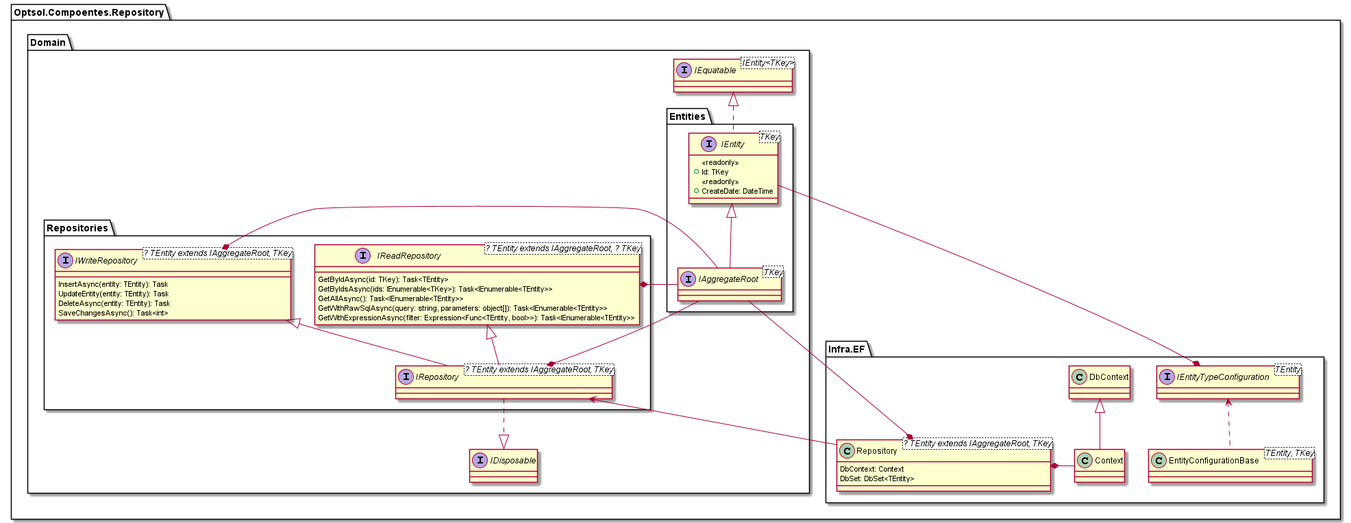
Above: .asserts/repository-pattern.png in optsoldev/components-repository-package (PlantUML), before the change.
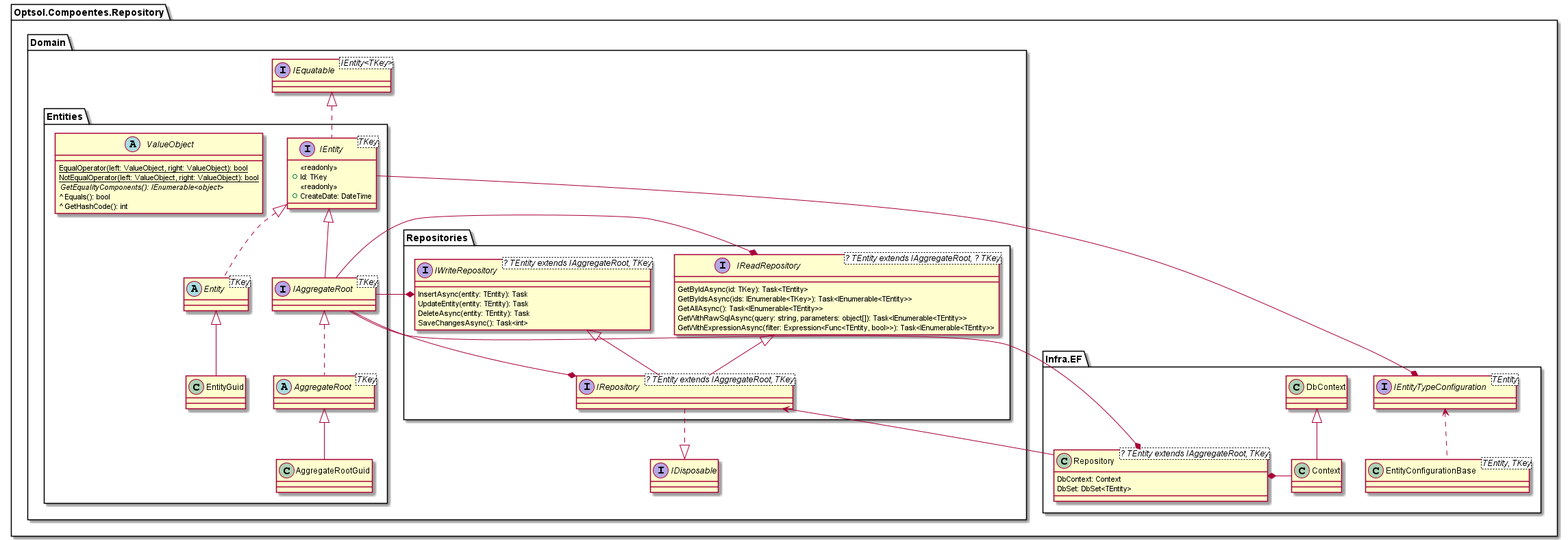
Above is the later version.

Commit message:
Ajustes no diagrama

What changed in the source:
```diff
@@ -14,6 +14,20 @@
             }
 
             interface IAggregateRoot<TKey>
+
+            abstract Entity<TKey> implements IEntity
+            class EntityGuid extends Entity
+
+            abstract AggregateRoot<TKey> implements IAggregateRoot
+            class AggregateRootGuid extends AggregateRoot
+
+            abstract ValueObject {
+                {static} EqualOperator(left: ValueObject, right: ValueObject): bool
+                {static} NotEqualOperator(left: ValueObject, right: ValueObject): bool
+                {abstract} GetEqualityComponents(): IEnumerable<object>
+                ^ Equals(): bool
+                ^ GetHashCode(): int
+            }
         }
         package Repositories {
             interface IReadRepository<? TEntity extends IAggregateRoot, ? TKey> {
```
